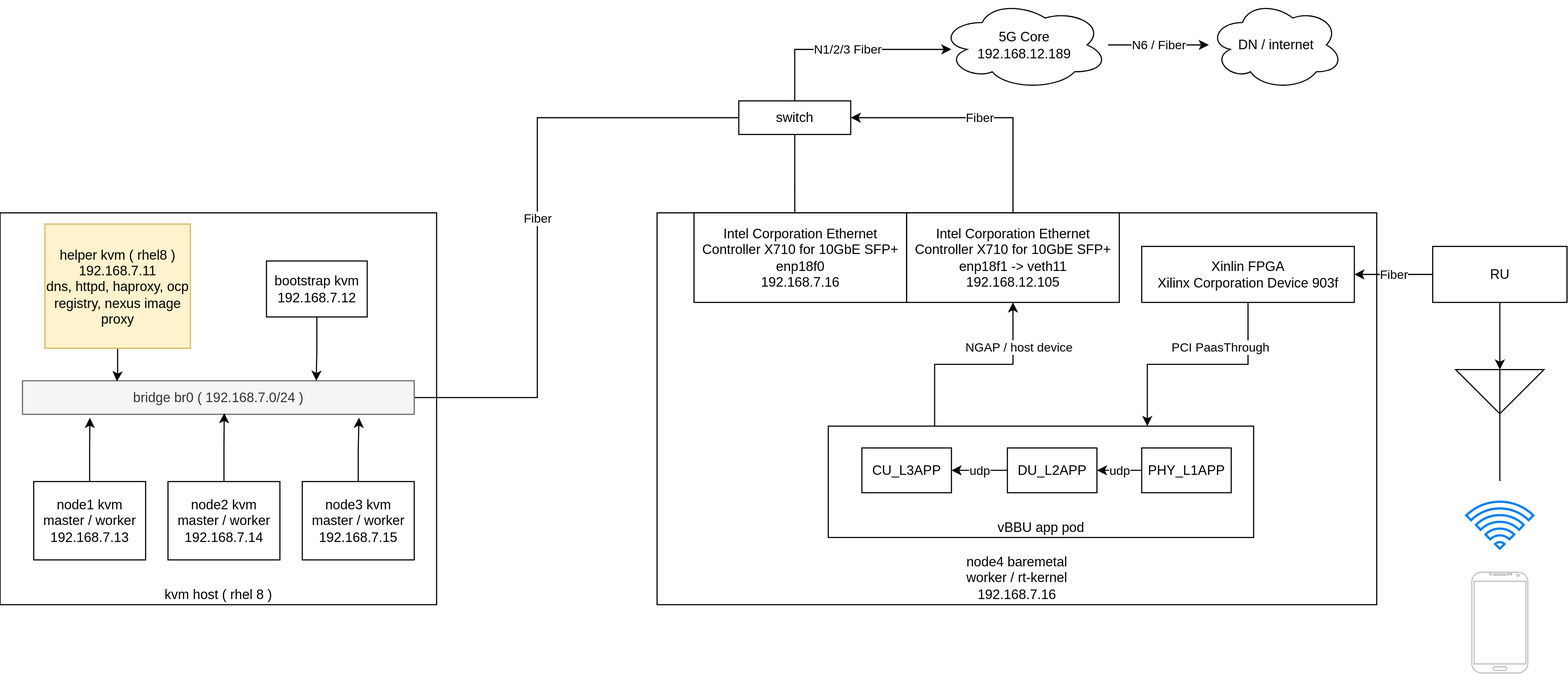
Before: redhat/ocp4/4.7/dia/4.7.real-time.kernel.drawio.svg, a diagram exported from draw.io (wangzheng422/docker_env). Source tidied: cells renumbered, new cells last; positions are measured from the earlier drawing's top-left corner, leaving out a move shared by most shapes.
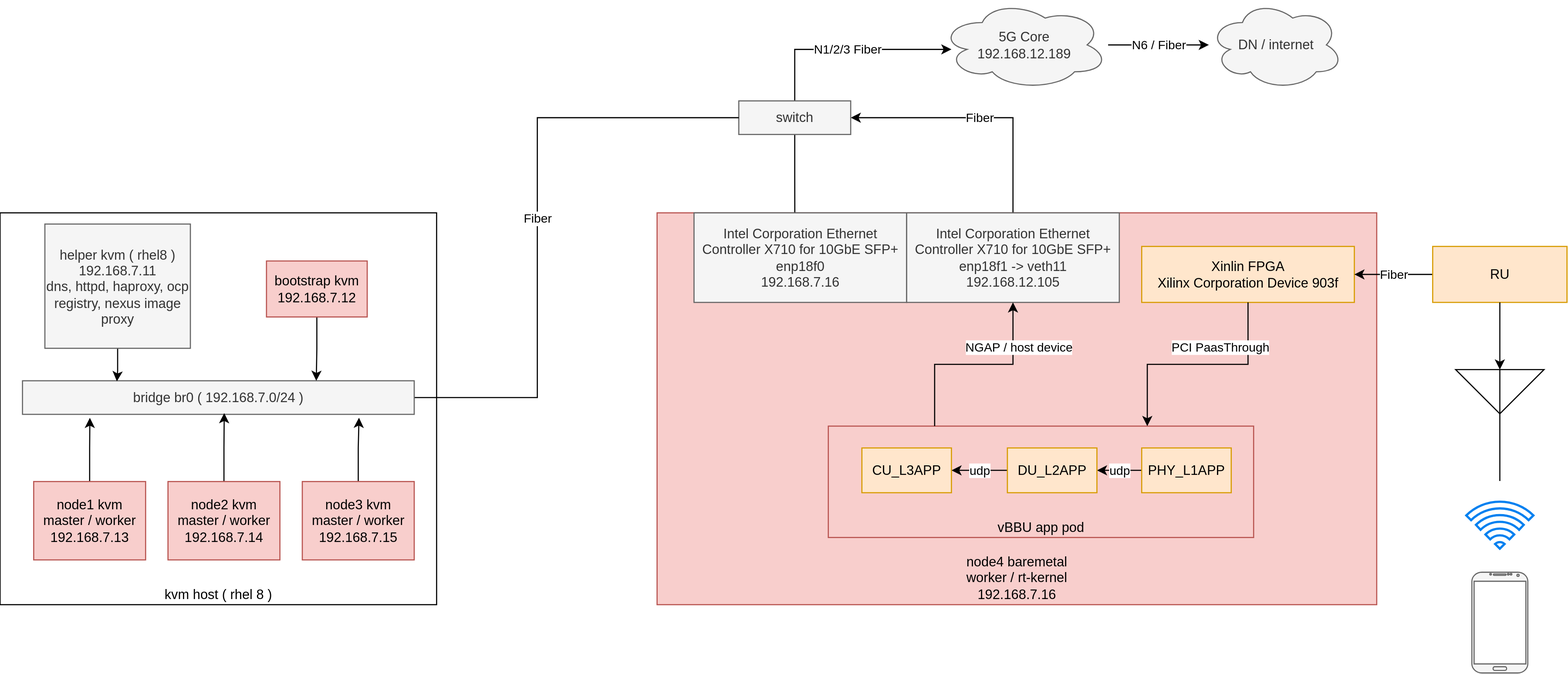
After the commit.

Diff of the diagram source:
```diff
@@ -5,16 +5,16 @@
     <mxCell id="2" value="kvm host ( rhel 8 )" style="rounded=0;whiteSpace=wrap;html=1;verticalAlign=bottom;" parent="1" vertex="1">
       <mxGeometry y="190" width="390" height="350" as="geometry" />
     </mxCell>
-    <mxCell id="3" value="node4 baremetal&lt;br&gt;worker / rt-kernel&lt;br&gt;192.168.7.16" style="rounded=0;whiteSpace=wrap;html=1;verticalAlign=bottom;" parent="1" vertex="1">
+    <mxCell id="3" value="node4 baremetal&lt;br&gt;worker / rt-kernel&lt;br&gt;192.168.7.16" style="rounded=0;whiteSpace=wrap;html=1;verticalAlign=bottom;fillColor=#f8cecc;strokeColor=#b85450;" parent="1" vertex="1">
       <mxGeometry x="587" y="190" width="643" height="350" as="geometry" />
     </mxCell>
-    <mxCell id="4" value="vBBU app pod" style="rounded=0;whiteSpace=wrap;html=1;verticalAlign=bottom;" parent="1" vertex="1">
+    <mxCell id="4" value="vBBU app pod" style="rounded=0;whiteSpace=wrap;html=1;verticalAlign=bottom;fillColor=#f8cecc;strokeColor=#b85450;" parent="1" vertex="1">
       <mxGeometry x="740" y="380.5" width="380" height="99.5" as="geometry" />
     </mxCell>
     <mxCell id="5" value="N6 / Fiber" style="edgeStyle=orthogonalEdgeStyle;rounded=0;jettySize=auto;html=1;" parent="1" edge="1" source="6" target="22">
       <mxGeometry relative="1" as="geometry" />
     </mxCell>
-    <mxCell id="6" value="5G Core&lt;br&gt;192.168.12.189" style="ellipse;shape=cloud;whiteSpace=wrap;html=1;" parent="1" vertex="1">
+    <mxCell id="6" value="5G Core&lt;br&gt;192.168.12.189" style="ellipse;shape=cloud;whiteSpace=wrap;html=1;fillColor=#f5f5f5;strokeColor=#666666;fontColor=#333333;" parent="1" vertex="1">
       <mxGeometry x="840" width="150" height="80" as="geometry" />
     </mxCell>
     <mxCell id="7" value="Fiber" style="edgeStyle=orthogonalEdgeStyle;rounded=0;jettySize=auto;html=1;entryX=1;entryY=0.5;entryDx=0;entryDy=0;exitX=0.5;exitY=0;exitDx=0;exitDy=0;" parent="1" edge="1" source="26" target="10">
@@ -31,7 +31,7 @@
         </Array>
       </mxGeometry>
     </mxCell>
-    <mxCell id="10" value="switch" style="rounded=0;whiteSpace=wrap;html=1;" parent="1" vertex="1">
+    <mxCell id="10" value="switch" style="rounded=0;whiteSpace=wrap;html=1;fillColor=#f5f5f5;strokeColor=#666666;fontColor=#333333;" parent="1" vertex="1">
       <mxGeometry x="660" y="90" width="100" height="30" as="geometry" />
     </mxCell>
     <mxCell id="11" value="Untitled Layer" parent="0" />
@@ -49,43 +49,43 @@
     <mxCell id="14" style="edgeStyle=orthogonalEdgeStyle;rounded=0;jettySize=auto;html=1;entryX=0.241;entryY=0.017;entryDx=0;entryDy=0;entryPerimeter=0;" parent="11" edge="1" source="15" target="13">
       <mxGeometry relative="1" as="geometry" />
     </mxCell>
-    <mxCell id="15" value="helper kvm ( rhel8 )&lt;br&gt;192.168.7.11&lt;br&gt;dns, httpd, haproxy, ocp registry, nexus image proxy" style="rounded=0;whiteSpace=wrap;html=1;fillColor=#fff2cc;strokeColor=#d6b656;" parent="11" vertex="1">
+    <mxCell id="15" value="helper kvm ( rhel8 )&lt;br&gt;192.168.7.11&lt;br&gt;dns, httpd, haproxy, ocp registry, nexus image proxy" style="rounded=0;whiteSpace=wrap;html=1;fillColor=#f5f5f5;strokeColor=#666666;fontColor=#333333;" parent="11" vertex="1">
       <mxGeometry x="40" y="200" width="130" height="111" as="geometry" />
     </mxCell>
     <mxCell id="16" style="edgeStyle=orthogonalEdgeStyle;rounded=0;jettySize=auto;html=1;entryX=0.75;entryY=0;entryDx=0;entryDy=0;" parent="11" edge="1" source="17" target="13">
       <mxGeometry relative="1" as="geometry" />
     </mxCell>
-    <mxCell id="17" value="bootstrap kvm&lt;br&gt;192.168.7.12" style="rounded=0;whiteSpace=wrap;html=1;" parent="11" vertex="1">
+    <mxCell id="17" value="bootstrap kvm&lt;br&gt;192.168.7.12" style="rounded=0;whiteSpace=wrap;html=1;fillColor=#f8cecc;strokeColor=#b85450;" parent="11" vertex="1">
       <mxGeometry x="238" y="233" width="90" height="50" as="geometry" />
     </mxCell>
     <mxCell id="18" style="edgeStyle=orthogonalEdgeStyle;rounded=0;jettySize=auto;html=1;entryX=0.172;entryY=1.103;entryDx=0;entryDy=0;entryPerimeter=0;" parent="11" edge="1" source="19" target="13">
       <mxGeometry relative="1" as="geometry" />
     </mxCell>
-    <mxCell id="19" value="node1 kvm&lt;br&gt;master / worker&lt;br&gt;192.168.7.13" style="rounded=0;whiteSpace=wrap;html=1;" parent="11" vertex="1">
+    <mxCell id="19" value="node1 kvm&lt;br&gt;master / worker&lt;br&gt;192.168.7.13" style="rounded=0;whiteSpace=wrap;html=1;fillColor=#f8cecc;strokeColor=#b85450;" parent="11" vertex="1">
       <mxGeometry x="30" y="430" width="100" height="70" as="geometry" />
     </mxCell>
     <mxCell id="20" style="edgeStyle=orthogonalEdgeStyle;rounded=0;jettySize=auto;html=1;entryX=0.515;entryY=0.962;entryDx=0;entryDy=0;entryPerimeter=0;" parent="11" edge="1" source="21" target="13">
       <mxGeometry relative="1" as="geometry" />
     </mxCell>
-    <mxCell id="21" value="node2 kvm&lt;br&gt;master / worker&lt;br&gt;192.168.7.14" style="rounded=0;whiteSpace=wrap;html=1;" parent="11" vertex="1">
+    <mxCell id="21" value="node2 kvm&lt;br&gt;master / worker&lt;br&gt;192.168.7.14" style="rounded=0;whiteSpace=wrap;html=1;fillColor=#f8cecc;strokeColor=#b85450;" parent="11" vertex="1">
       <mxGeometry x="150" y="430" width="100" height="70" as="geometry" />
     </mxCell>
-    <mxCell id="22" value="DN / internet" style="ellipse;shape=cloud;whiteSpace=wrap;html=1;" parent="11" vertex="1">
+    <mxCell id="22" value="DN / internet" style="ellipse;shape=cloud;whiteSpace=wrap;html=1;fillColor=#f5f5f5;strokeColor=#666666;fontColor=#333333;" parent="11" vertex="1">
       <mxGeometry x="1080" width="120" height="80" as="geometry" />
     </mxCell>
     <mxCell id="23" style="edgeStyle=orthogonalEdgeStyle;rounded=0;jettySize=auto;html=1;entryX=0.859;entryY=1.1;entryDx=0;entryDy=0;entryPerimeter=0;" parent="11" edge="1" source="24" target="13">
       <mxGeometry relative="1" as="geometry" />
     </mxCell>
-    <mxCell id="24" value="node3 kvm&lt;br&gt;master / worker&lt;br&gt;192.168.7.15" style="rounded=0;whiteSpace=wrap;html=1;" parent="11" vertex="1">
+    <mxCell id="24" value="node3 kvm&lt;br&gt;master / worker&lt;br&gt;192.168.7.15" style="rounded=0;whiteSpace=wrap;html=1;fillColor=#f8cecc;strokeColor=#b85450;" parent="11" vertex="1">
       <mxGeometry x="270" y="430" width="100" height="70" as="geometry" />
     </mxCell>
-    <mxCell id="25" value="Intel Corporation Ethernet Controller X710 for 10GbE SFP+&amp;nbsp;&lt;br&gt;&amp;nbsp; enp18f0&lt;br&gt;192.168.7.16" style="rounded=0;whiteSpace=wrap;html=1;" parent="11" vertex="1">
+    <mxCell id="25" value="Intel Corporation Ethernet Controller X710 for 10GbE SFP+&amp;nbsp;&lt;br&gt;&amp;nbsp; enp18f0&lt;br&gt;192.168.7.16" style="rounded=0;whiteSpace=wrap;html=1;fillColor=#f5f5f5;strokeColor=#666666;fontColor=#333333;" parent="11" vertex="1">
       <mxGeometry x="620" y="190" width="190" height="80" as="geometry" />
     </mxCell>
-    <mxCell id="26" value="Intel Corporation Ethernet Controller X710 for 10GbE SFP+&amp;nbsp;&lt;br&gt;enp18f1 -&amp;gt; veth11&lt;br&gt;192.168.12.105" style="rounded=0;whiteSpace=wrap;html=1;" parent="11" vertex="1">
+    <mxCell id="26" value="Intel Corporation Ethernet Controller X710 for 10GbE SFP+&amp;nbsp;&lt;br&gt;enp18f1 -&amp;gt; veth11&lt;br&gt;192.168.12.105" style="rounded=0;whiteSpace=wrap;html=1;fillColor=#f5f5f5;strokeColor=#666666;fontColor=#333333;" parent="11" vertex="1">
       <mxGeometry x="810" y="190" width="190" height="80" as="geometry" />
     </mxCell>
-    <mxCell id="27" value="Xinlin FPGA&lt;br&gt;Xilinx Corporation Device 903f" style="rounded=0;whiteSpace=wrap;html=1;" parent="11" vertex="1">
+    <mxCell id="27" value="Xinlin FPGA&lt;br&gt;Xilinx Corporation Device 903f" style="rounded=0;whiteSpace=wrap;html=1;fillColor=#ffe6cc;strokeColor=#d79b00;" parent="11" vertex="1">
       <mxGeometry x="1020" y="220" width="190" height="50" as="geometry" />
     </mxCell>
     <mxCell id="28" value="NGAP / host device" style="edgeStyle=orthogonalEdgeStyle;rounded=0;jettySize=auto;html=1;entryX=0.5;entryY=1;entryDx=0;entryDy=0;exitX=0.25;exitY=0;exitDx=0;exitDy=0;" parent="11" edge="1" source="4" target="26">
@@ -102,7 +102,7 @@
         </Array>
       </mxGeometry>
     </mxCell>
-    <mxCell id="31" value="PHY_L1APP" style="rounded=0;whiteSpace=wrap;html=1;verticalAlign=middle;" parent="11" vertex="1">
+    <mxCell id="31" value="PHY_L1APP" style="rounded=0;whiteSpace=wrap;html=1;verticalAlign=middle;fillColor=#ffe6cc;strokeColor=#d79b00;" parent="11" vertex="1">
       <mxGeometry x="1020" y="400" width="80" height="40" as="geometry" />
     </mxCell>
     <mxCell id="32" value="udp" style="edgeStyle=orthogonalEdgeStyle;rounded=0;jettySize=auto;html=1;entryX=1;entryY=0.5;entryDx=0;entryDy=0;exitX=0;exitY=0.5;exitDx=0;exitDy=0;" parent="11" edge="1" source="33" target="40">
@@ -113,16 +113,16 @@
         </Array>
       </mxGeometry>
     </mxCell>
-    <mxCell id="33" value="DU_L2APP" style="rounded=0;whiteSpace=wrap;html=1;verticalAlign=middle;" parent="11" vertex="1">
+    <mxCell id="33" value="DU_L2APP" style="rounded=0;whiteSpace=wrap;html=1;verticalAlign=middle;fillColor=#ffe6cc;strokeColor=#d79b00;" parent="11" vertex="1">
       <mxGeometry x="900" y="400" width="80" height="40" as="geometry" />
     </mxCell>
-    <mxCell id="34" style="verticalLabelPosition=bottom;verticalAlign=top;html=1;shadow=0;dashed=0;strokeWidth=1;shape=mxgraph.android.phone2;strokeColor=#c0c0c0;" parent="11" vertex="1">
+    <mxCell id="34" style="verticalLabelPosition=bottom;verticalAlign=top;html=1;shadow=0;dashed=0;strokeWidth=1;shape=mxgraph.android.phone2;strokeColor=#666666;fillColor=#f5f5f5;fontColor=#333333;" parent="11" vertex="1">
       <mxGeometry x="1315" y="511" width="50" height="90" as="geometry" />
     </mxCell>
     <mxCell id="35" value="Fiber" style="edgeStyle=orthogonalEdgeStyle;rounded=0;jettySize=auto;html=1;entryX=1;entryY=0.5;entryDx=0;entryDy=0;" parent="11" edge="1" source="36" target="27">
       <mxGeometry relative="1" as="geometry" />
     </mxCell>
-    <mxCell id="36" value="RU" style="rounded=0;whiteSpace=wrap;html=1;" parent="11" vertex="1">
+    <mxCell id="36" value="RU" style="rounded=0;whiteSpace=wrap;html=1;fillColor=#ffe6cc;strokeColor=#d79b00;" parent="11" vertex="1">
       <mxGeometry x="1280" y="220" width="120" height="50" as="geometry" />
     </mxCell>
     <mxCell id="37" style="edgeStyle=orthogonalEdgeStyle;rounded=0;jettySize=auto;html=1;" parent="11" edge="1" source="36">
@@ -136,7 +136,7 @@
     <mxCell id="39" style="html=1;verticalLabelPosition=bottom;align=center;labelBackgroundColor=#ffffff;verticalAlign=top;strokeWidth=2;strokeColor=#0080F0;shadow=0;dashed=0;shape=mxgraph.ios7.icons.wifi;" parent="11" vertex="1">
       <mxGeometry x="1310" y="448" width="60" height="42" as="geometry" />
     </mxCell>
-    <mxCell id="40" value="CU_L3APP" style="rounded=0;whiteSpace=wrap;html=1;verticalAlign=middle;" parent="11" vertex="1">
+    <mxCell id="40" value="CU_L3APP" style="rounded=0;whiteSpace=wrap;html=1;verticalAlign=middle;fillColor=#ffe6cc;strokeColor=#d79b00;" parent="11" vertex="1">
       <mxGeometry x="770" y="400" width="80" height="40" as="geometry" />
     </mxCell>
   </root>
```
